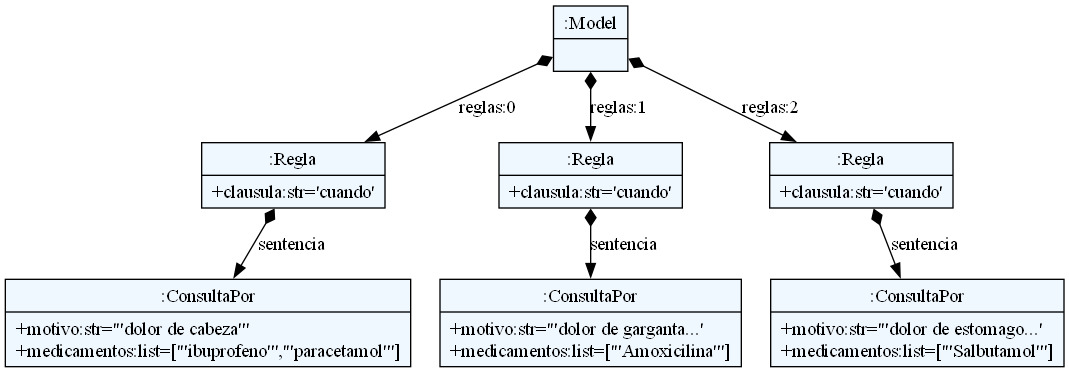
Earlier version of the Graphviz export dsl/ast.png (Patrick-beep-ui/KURE). Its source is kept beside it as dsl/ast.dot.
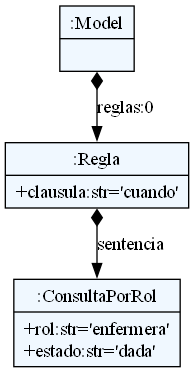
The same file after the commit.

Commit message:
Apply rules for ConsultaPor y ConsultaPorRol

Diff of the diagram source:
```diff
@@ -10,18 +10,10 @@
     edge[dir=black,arrowtail=empty]
 
 
-3045420816608 -> 3045420816752 [label="reglas:0" arrowtail=diamond dir=both]
-3045420816752 -> 3045420816848 [label="sentencia" arrowtail=diamond dir=both]
-3045420816848[label="{:ConsultaPor|+motivo:str='\"dolor de cabeza\"'\l+medicamentos:list=['\"ibuprofeno\"','\"paracetamol\"']\l}"]
-3045420816752[label="{:Regla|+clausula:str='cuando'\l}"]
-3045420816608 -> 3045420755632 [label="reglas:1" arrowtail=diamond dir=both]
-3045420755632 -> 3045420816896 [label="sentencia" arrowtail=diamond dir=both]
-3045420816896[label="{:ConsultaPor|+motivo:str='\"dolor de garganta\...'\l+medicamentos:list=['\"Amoxicilina\"']\l}"]
-3045420755632[label="{:Regla|+clausula:str='cuando'\l}"]
-3045420816608 -> 3045420816800 [label="reglas:2" arrowtail=diamond dir=both]
-3045420816800 -> 3045420817040 [label="sentencia" arrowtail=diamond dir=both]
-3045420817040[label="{:ConsultaPor|+motivo:str='\"dolor de estomago\...'\l+medicamentos:list=['\"Salbutamol\"']\l}"]
-3045420816800[label="{:Regla|+clausula:str='cuando'\l}"]
-3045420816608[label="{:Model|}"]
+2003327310432 -> 2003327310384 [label="reglas:0" arrowtail=diamond dir=both]
+2003327310384 -> 2003327310672 [label="sentencia" arrowtail=diamond dir=both]
+2003327310672[label="{:ConsultaPorRol|+rol:str='enfermera'\l+estado:str='dada'\l}"]
+2003327310384[label="{:Regla|+clausula:str='cuando'\l}"]
+2003327310432[label="{:Model|}"]
 
 }
```
